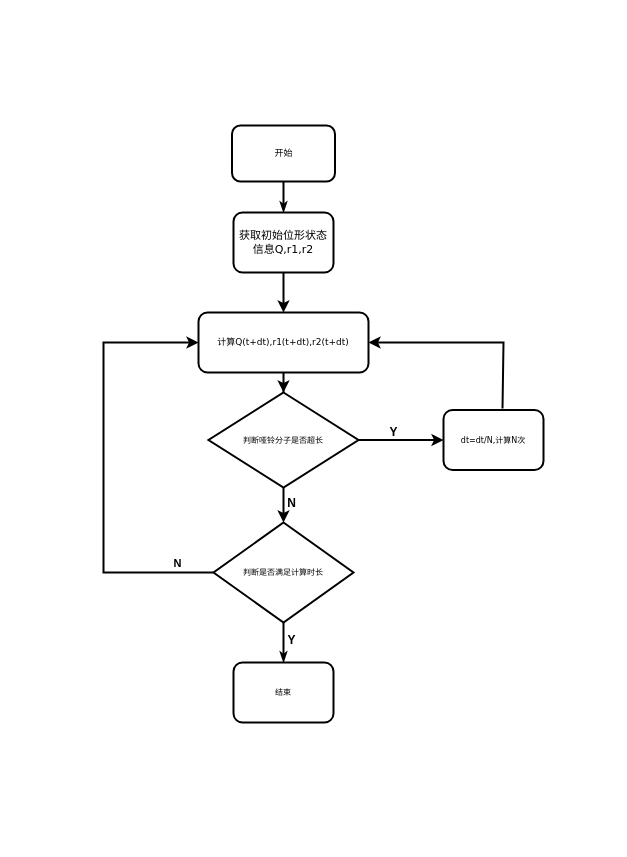
Earlier version of the draw.io diagram 计算流程图.drawio (mauhin/auto). Source tidied: cells renumbered, new cells numbered last; positions are measured from the earlier drawing's top-left corner, leaving out a move shared by most shapes. Both pictures are drawn from the tidied source at 100%, with x=0, y=0 at pixel (103, 125).
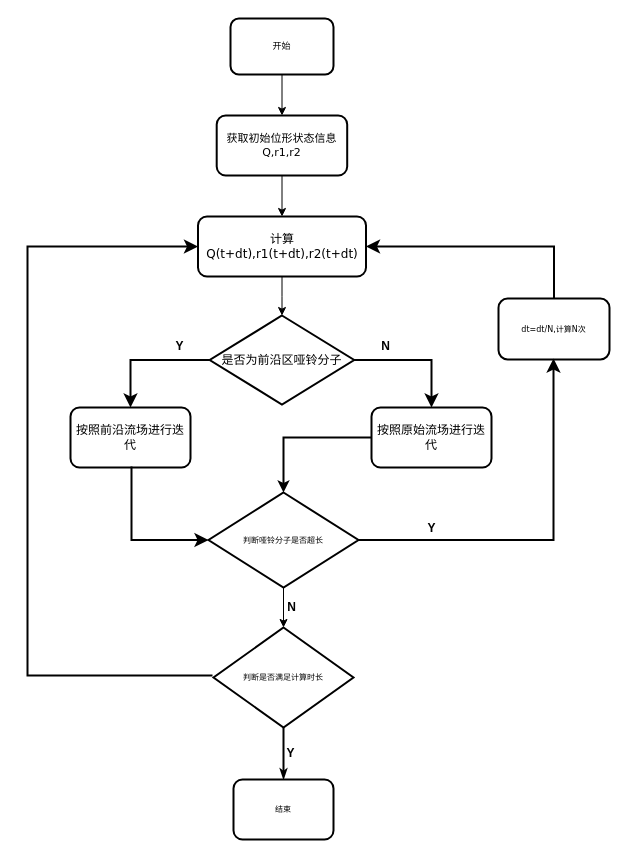
The same page after the edit.

Commit message:
更新计算流程图.drawio

Diff of the diagram source:
```diff
@@
+    <mxCell id="3" style="edgeStyle=orthogonalEdgeStyle;rounded=0;jettySize=auto;html=1;" parent="1" edge="1" source="2" target="5">
+      <mxGeometry relative="1" as="geometry" />
+    </mxCell>
     <mxCell id="2" value="&lt;font style=&quot;font-size: 9px;&quot;&gt;开始&lt;/font&gt;" style="rounded=1;whiteSpace=wrap;html=1;shadow=0;labelBackgroundColor=none;strokeWidth=2;fontFamily=Verdana;fontSize=9;align=center;" parent="1" vertex="1">
-      <mxGeometry x="128.5" width="103" height="56" as="geometry" />
+      <mxGeometry x="127" y="-107" width="103" height="56" as="geometry" />
     </mxCell>
-    <mxCell id="3" style="edgeStyle=orthogonalEdgeStyle;rounded=1;html=1;labelBackgroundColor=none;startArrow=none;startFill=0;startSize=5;endArrow=classicThin;endFill=1;endSize=5;jettySize=auto;strokeWidth=2;fontFamily=Verdana;fontSize=8;" parent="1" edge="1" source="2" target="5">
-      <mxGeometry relative="1" as="geometry" />
-    </mxCell>
-    <mxCell id="4" style="edgeStyle=orthogonalEdgeStyle;rounded=0;jettySize=auto;html=1;strokeWidth=2;" parent="1" edge="1" source="5" target="14">
+    <mxCell id="4" style="edgeStyle=orthogonalEdgeStyle;rounded=0;jettySize=auto;html=1;" parent="1" edge="1" source="5" target="14">
       <mxGeometry relative="1" as="geometry" />
     </mxCell>
     <mxCell id="5" value="&lt;font style=&quot;font-size: 11px;&quot;&gt;获取初始位形状态信息Q,r1,r2&lt;/font&gt;" style="rounded=1;whiteSpace=wrap;html=1;shadow=0;labelBackgroundColor=none;strokeWidth=2;fontFamily=Verdana;fontSize=8;align=center;" parent="1" vertex="1">
-      <mxGeometry x="130" y="87" width="100" height="60" as="geometry" />
+      <mxGeometry x="113.2" y="-10" width="130.5" height="60" as="geometry" />
     </mxCell>
     <mxCell id="6" value="dt=dt/N,计算N次" style="rounded=1;whiteSpace=wrap;html=1;shadow=0;labelBackgroundColor=none;strokeWidth=2;fontFamily=Verdana;fontSize=8;align=center;" parent="1" vertex="1">
-      <mxGeometry x="340" y="284.5" width="100" height="60" as="geometry" />
+      <mxGeometry x="395" y="173" width="111" height="61" as="geometry" />
     </mxCell>
     <mxCell id="7" value="判断是否满足计算时长" style="rhombus;whiteSpace=wrap;html=1;rounded=0;shadow=0;labelBackgroundColor=none;strokeWidth=2;fontFamily=Verdana;fontSize=8;align=center;" parent="1" vertex="1">
-      <mxGeometry x="110" y="397" width="140" height="100" as="geometry" />
+      <mxGeometry x="110" y="502" width="140" height="100" as="geometry" />
     </mxCell>
@@
-    <mxCell id="9" style="edgeStyle=orthogonalEdgeStyle;rounded=0;jettySize=auto;html=1;strokeWidth=2;" parent="1" edge="1" source="11" target="6">
-      <mxGeometry relative="1" as="geometry" />
-    </mxCell>
-    <mxCell id="10" style="edgeStyle=orthogonalEdgeStyle;rounded=0;jettySize=auto;html=1;strokeWidth=2;" parent="1" edge="1" source="11" target="7">
+    <mxCell id="10" style="edgeStyle=orthogonalEdgeStyle;rounded=0;jettySize=auto;html=1;" parent="1" edge="1" source="11" target="7">
       <mxGeometry relative="1" as="geometry" />
     </mxCell>
     <mxCell id="11" value="判断哑铃分子是否超长" style="rhombus;whiteSpace=wrap;html=1;rounded=0;shadow=0;labelBackgroundColor=none;strokeWidth=2;fontFamily=Verdana;fontSize=8;align=center;" parent="1" vertex="1">
-      <mxGeometry x="105" y="267" width="150" height="95" as="geometry" />
+      <mxGeometry x="105" y="367" width="150" height="95" as="geometry" />
     </mxCell>
     <mxCell id="12" value="结束" style="rounded=1;whiteSpace=wrap;html=1;shadow=0;labelBackgroundColor=none;strokeWidth=2;fontFamily=Verdana;fontSize=8;align=center;" parent="1" vertex="1">
-      <mxGeometry x="130" y="537" width="100" height="60" as="geometry" />
+      <mxGeometry x="130" y="654" width="100" height="60" as="geometry" />
     </mxCell>
-    <mxCell id="13" style="edgeStyle=orthogonalEdgeStyle;rounded=0;jettySize=auto;html=1;strokeWidth=2;" parent="1" edge="1" source="14" target="11">
-      <mxGeometry relative="1" as="geometry" />
-    </mxCell>
-    <mxCell id="14" value="&lt;font style=&quot;font-size: 9px;&quot;&gt;计算Q(t+dt),r1(t+dt),r2(t+dt)&lt;/font&gt;" style="whiteSpace=wrap;html=1;fontSize=8;fontFamily=Verdana;rounded=1;shadow=0;labelBackgroundColor=none;strokeWidth=2;" parent="1" vertex="1">
-      <mxGeometry x="95" y="187" width="170" height="60" as="geometry" />
-    </mxCell>
-    <mxCell id="15" style="endArrow=classic;html=1;rounded=0;exitX=0.59;exitY=-0.025;exitDx=0;exitDy=0;exitPerimeter=0;entryX=1;entryY=0.5;entryDx=0;entryDy=0;strokeWidth=2;" parent="1" edge="1" source="6" target="14">
-      <mxGeometry relative="1" as="geometry">
-        <Array as="points">
-          <mxPoint x="400" y="217" />
-          <mxPoint x="340" y="217" />
-        </Array>
-      </mxGeometry>
-    </mxCell>
-    <mxCell id="16" style="endArrow=classic;html=1;rounded=0;entryX=0;entryY=0.5;entryDx=0;entryDy=0;exitX=0;exitY=0.5;exitDx=0;exitDy=0;strokeWidth=2;" parent="1" edge="1" source="7" target="14">
-      <mxGeometry relative="1" as="geometry">
-        <Array as="points">
-          <mxPoint y="447" />
-          <mxPoint y="217" />
-        </Array>
-      </mxGeometry>
-    </mxCell>
-    <mxCell id="17" value="&lt;b&gt;N&lt;/b&gt;" style="edgeLabel;html=1;align=center;verticalAlign=middle;" parent="16" vertex="1">
-      <mxGeometry x="-0.81" y="-2" relative="1" as="geometry">
-        <mxPoint x="4" y="-8" as="offset" />
-      </mxGeometry>
-    </mxCell>
     <mxCell id="18" value="&lt;b&gt;Y&lt;/b&gt;" style="text;html=1;align=center;verticalAlign=middle;strokeColor=none;fillColor=none;" parent="1" vertex="1">
-      <mxGeometry x="277" y="294" width="26" height="26" as="geometry" />
+      <mxGeometry x="315" y="390" width="26" height="26" as="geometry" />
     </mxCell>
     <mxCell id="19" value="&lt;b&gt;N&lt;/b&gt;" style="text;html=1;align=center;verticalAlign=middle;strokeColor=none;fillColor=none;" parent="1" vertex="1">
-      <mxGeometry x="174" y="365" width="27" height="26" as="geometry" />
+      <mxGeometry x="174" y="469" width="27" height="26" as="geometry" />
     </mxCell>
     <mxCell id="20" value="&lt;b&gt;Y&lt;/b&gt;" style="text;html=1;align=center;verticalAlign=middle;strokeColor=none;fillColor=none;" parent="1" vertex="1">
-      <mxGeometry x="174.5" y="502" width="26" height="26" as="geometry" />
+      <mxGeometry x="174" y="615" width="26" height="26" as="geometry" />
     </mxCell>
+    <mxCell id="21" value="&lt;font face=&quot;Verdana&quot;&gt;是否为前沿区哑铃分子&lt;/font&gt;" style="rhombus;whiteSpace=wrap;html=1;strokeWidth=2;" parent="1" vertex="1">
+      <mxGeometry x="106.2" y="190" width="144.5" height="89" as="geometry" />
+    </mxCell>
+    <mxCell id="22" value="按照前沿流场进行迭代" style="rounded=1;whiteSpace=wrap;html=1;strokeWidth=2;" parent="1" vertex="1">
+      <mxGeometry x="-33" y="282" width="120" height="60" as="geometry" />
+    </mxCell>
+    <mxCell id="23" value="按照原始流场进行迭代" style="rounded=1;whiteSpace=wrap;html=1;strokeWidth=2;" parent="1" vertex="1">
+      <mxGeometry x="268" y="282" width="120" height="60" as="geometry" />
+    </mxCell>
+    <mxCell id="24" style="edgeStyle=segmentEdgeStyle;endArrow=classic;html=1;curved=0;rounded=0;endSize=8;startSize=8;entryX=0;entryY=0.5;entryDx=0;entryDy=0;exitX=0.5;exitY=1;exitDx=0;exitDy=0;strokeWidth=2;" parent="1" edge="1" source="22" target="11">
+      <mxGeometry relative="1" as="geometry">
+        <Array as="points">
+          <mxPoint x="28" y="415" />
+        </Array>
+      </mxGeometry>
+    </mxCell>
+    <mxCell id="25" style="edgeStyle=segmentEdgeStyle;endArrow=classic;html=1;curved=0;rounded=0;endSize=8;startSize=8;exitX=1;exitY=0.5;exitDx=0;exitDy=0;strokeWidth=2;" parent="1" edge="1" source="21" target="23">
+      <mxGeometry relative="1" as="geometry" />
+    </mxCell>
+    <mxCell id="26" style="edgeStyle=segmentEdgeStyle;endArrow=classic;html=1;curved=0;rounded=0;endSize=8;startSize=8;entryX=0.5;entryY=0;entryDx=0;entryDy=0;exitX=0;exitY=0.5;exitDx=0;exitDy=0;strokeWidth=2;" parent="1" edge="1" source="21" target="22">
+      <mxGeometry relative="1" as="geometry" />
+    </mxCell>
+    <mxCell id="27" style="edgeStyle=orthogonalEdgeStyle;rounded=0;jettySize=auto;html=1;" parent="1" edge="1" source="14" target="21">
+      <mxGeometry relative="1" as="geometry" />
+    </mxCell>
+    <mxCell id="14" value="&lt;font face=&quot;Verdana&quot;&gt;计算Q(t+dt),r1(t+dt),r2(t+dt)&lt;/font&gt;" style="rounded=1;whiteSpace=wrap;html=1;strokeWidth=2;" parent="1" vertex="1">
+      <mxGeometry x="94.5" y="91" width="168" height="60" as="geometry" />
+    </mxCell>
+    <mxCell id="28" style="endArrow=classic;html=1;rounded=0;exitX=0;exitY=0.5;exitDx=0;exitDy=0;entryX=0.5;entryY=0;entryDx=0;entryDy=0;strokeWidth=2;" parent="1" edge="1" source="23" target="11">
+      <mxGeometry relative="1" as="geometry">
+        <Array as="points">
+          <mxPoint x="180" y="312" />
+        </Array>
+      </mxGeometry>
+    </mxCell>
+    <mxCell id="29" value="&lt;b&gt;Y&lt;/b&gt;" style="text;html=1;align=center;verticalAlign=middle;strokeColor=none;fillColor=none;" parent="1" vertex="1">
+      <mxGeometry x="63" y="208" width="26" height="26" as="geometry" />
+    </mxCell>
+    <mxCell id="17" value="&lt;b&gt;N&lt;/b&gt;" style="text;html=1;align=center;verticalAlign=middle;strokeColor=none;fillColor=none;" parent="1" vertex="1">
+      <mxGeometry x="268" y="208" width="27" height="26" as="geometry" />
+    </mxCell>
+    <mxCell id="30" style="edgeStyle=segmentEdgeStyle;endArrow=classic;html=1;curved=0;rounded=0;endSize=8;startSize=8;strokeWidth=2;exitX=1;exitY=0.5;exitDx=0;exitDy=0;" parent="1" edge="1" source="11">
+      <mxGeometry relative="1" as="geometry">
+        <mxPoint x="450" y="233" as="targetPoint" />
+        <Array as="points">
+          <mxPoint x="450" y="415" />
+        </Array>
+      </mxGeometry>
+    </mxCell>
+    <mxCell id="15" style="edgeStyle=segmentEdgeStyle;endArrow=classic;html=1;curved=0;rounded=0;endSize=8;startSize=8;exitX=0.5;exitY=0;exitDx=0;exitDy=0;entryX=1;entryY=0.5;entryDx=0;entryDy=0;strokeWidth=2;" parent="1" edge="1" source="6" target="14">
+      <mxGeometry relative="1" as="geometry">
+        <Array as="points">
+          <mxPoint x="451" y="121" />
+        </Array>
+      </mxGeometry>
+    </mxCell>
+    <mxCell id="31" style="edgeStyle=elbowEdgeStyle;elbow=horizontal;endArrow=classic;html=1;curved=0;rounded=0;endSize=8;startSize=8;strokeWidth=2;" parent="1" edge="1" target="14">
+      <mxGeometry relative="1" as="geometry">
+        <mxPoint x="109" y="550" as="sourcePoint" />
+        <Array as="points">
+          <mxPoint x="-76" y="332" />
+        </Array>
+      </mxGeometry>
+    </mxCell>
```
